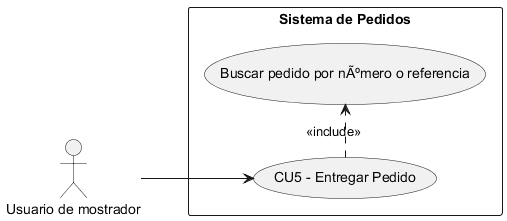
santimarM/SistemaPedidos keeps this PlantUML diagram as diagramas/02-casos-de-uso/02-caso-uso-entregar-pedido-05.png. Above is the earlier version.
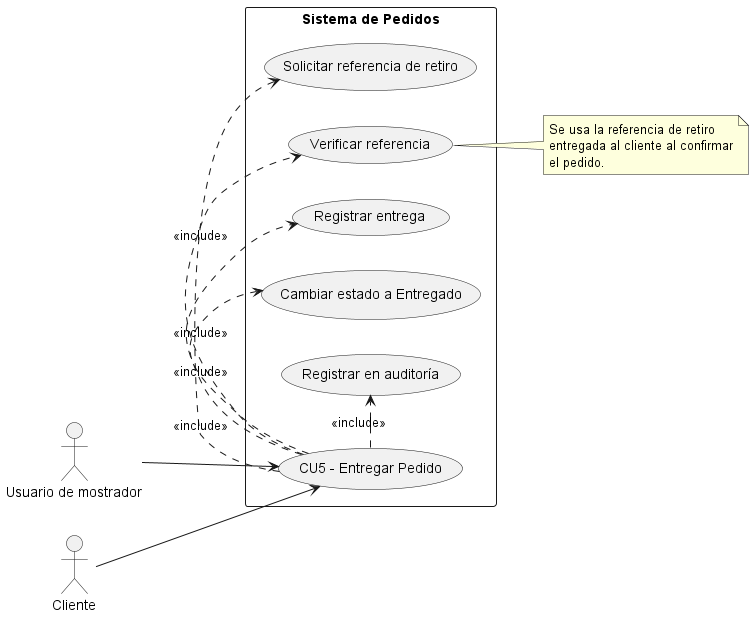
Above is the later version.

The edit, as a diff of the source:
```diff
@@ -3,12 +3,28 @@
 skinparam packageStyle rectangle
 
 actor "Usuario de mostrador" as Usuario
+actor "Cliente" as Cliente
 
 rectangle "Sistema de Pedidos" {
   usecase "CU5 - Entregar Pedido" as UC5
-  usecase "Buscar pedido por nÃºmero o referencia" as UC5a
+  usecase "Solicitar referencia de retiro" as UC5a
+  usecase "Verificar referencia" as UC5b
+  usecase "Registrar entrega" as UC5c
+  usecase "Cambiar estado a Entregado" as UC5d
+  usecase "Registrar en auditoría" as UC5e
 }
 
 Usuario --> UC5
+Cliente --> UC5
 UC5 .> UC5a : <<include>>
+UC5 .> UC5b : <<include>>
+UC5 .> UC5c : <<include>>
+UC5 .> UC5d : <<include>>
+UC5 .> UC5e : <<include>>
+
+note right of UC5b
+  Se usa la referencia de retiro
+  entregada al cliente al confirmar
+  el pedido.
+end note
 @enduml
```
